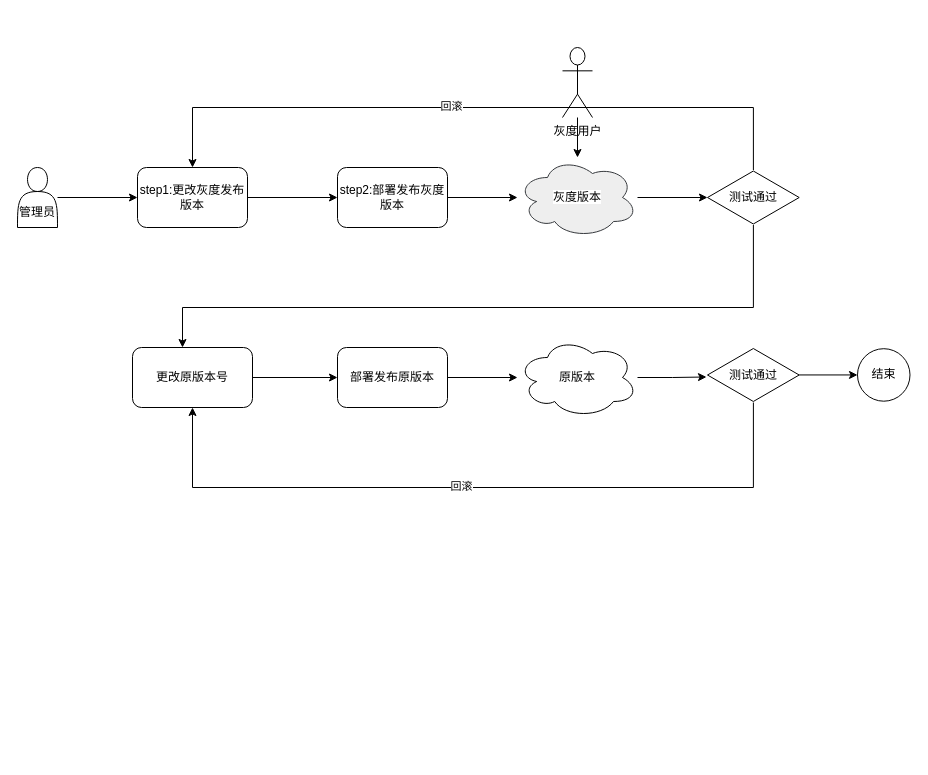
This is 灰度发布.drawio from HurryUpWb/pdf, a draw.io file, before an edit. Source tidied: cells renumbered, new cells numbered last; positions are measured from the earlier drawing's top-left corner, leaving out a move shared by most shapes. Both pictures are drawn from the tidied source at 100%, with x=0, y=0 at pixel (17, 47).
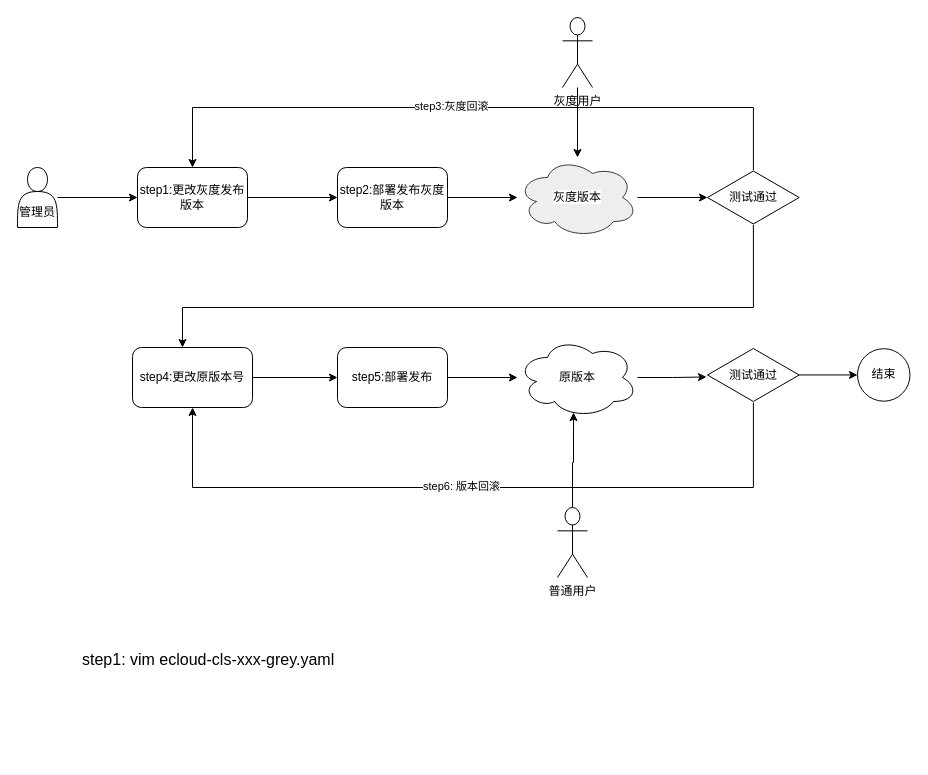
Above is the later version.

Commit message (it also covers changes not shown here):
更新灰度发布.drawio

Unchanged cells that the change refers to:
```xml
<mxCell id="12" style="edgeStyle=orthogonalEdgeStyle;rounded=0;jettySize=auto;html=1;entryX=0.5;entryY=0;entryDx=0;entryDy=0;" parent="1" edge="1" source="15" target="5">
  <mxGeometry relative="1" as="geometry">
    <Array as="points">
      <mxPoint x="736" y="60" />
      <mxPoint x="175" y="60" />
    </Array>
  </mxGeometry>
</mxCell>
<mxCell id="21" value="原版本" style="ellipse;shape=cloud;whiteSpace=wrap;html=1;" parent="1" vertex="1">
  <mxGeometry x="500" y="290" width="120" height="80" as="geometry" />
</mxCell>
<mxCell id="23" style="edgeStyle=orthogonalEdgeStyle;rounded=0;jettySize=auto;html=1;entryX=0.5;entryY=1;entryDx=0;entryDy=0;" parent="1" edge="1" source="25" target="17">
  <mxGeometry relative="1" as="geometry">
    <Array as="points">
      <mxPoint x="736" y="440" />
      <mxPoint x="175" y="440" />
    </Array>
  </mxGeometry>
</mxCell>
```

Change to the diagram source:
```diff
@@
     <mxCell id="11" value="灰度用户" style="shape=umlActor;verticalLabelPosition=bottom;verticalAlign=top;html=1;" parent="1" vertex="1">
-      <mxGeometry x="545" width="30" height="70" as="geometry" />
+      <mxGeometry x="545" y="-30" width="30" height="70" as="geometry" />
     </mxCell>
@@
-    <mxCell id="13" value="回滚" style="edgeLabel;html=1;align=center;verticalAlign=middle;" parent="12" vertex="1">
+    <mxCell id="13" value="step3:灰度回滚" style="edgeLabel;html=1;align=center;verticalAlign=middle;" parent="12" vertex="1">
       <mxGeometry x="-0.15" y="-2" relative="1" as="geometry">
         <mxPoint x="-75" as="offset" />
       </mxGeometry>
     </mxCell>
@@
-    <mxCell id="17" value="更改原版本号" style="rounded=1;whiteSpace=wrap;html=1;" parent="1" vertex="1">
+    <mxCell id="17" value="step4:更改原版本号" style="rounded=1;whiteSpace=wrap;html=1;" parent="1" vertex="1">
       <mxGeometry x="115" y="300" width="120" height="60" as="geometry" />
     </mxCell>
@@
-    <mxCell id="19" value="部署发布原版本" style="rounded=1;whiteSpace=wrap;html=1;" parent="1" vertex="1">
+    <mxCell id="19" value="step5:部署发布" style="rounded=1;whiteSpace=wrap;html=1;" parent="1" vertex="1">
       <mxGeometry x="320" y="300" width="110" height="60" as="geometry" />
     </mxCell>
@@
-    <mxCell id="24" value="回滚" style="edgeLabel;html=1;align=center;verticalAlign=middle;" parent="23" vertex="1">
+    <mxCell id="24" value="step6:&amp;nbsp;版本回滚" style="edgeLabel;html=1;align=center;verticalAlign=middle;" parent="23" vertex="1">
       <mxGeometry x="0.04" y="-2" relative="1" as="geometry" />
     </mxCell>
@@
+    <mxCell id="27" style="edgeStyle=orthogonalEdgeStyle;rounded=0;jettySize=auto;html=1;exitX=0.5;exitY=0;exitDx=0;exitDy=0;exitPerimeter=0;entryX=0.467;entryY=0.938;entryDx=0;entryDy=0;entryPerimeter=0;" parent="1" edge="1" source="28" target="21">
+      <mxGeometry relative="1" as="geometry" />
+    </mxCell>
+    <mxCell id="28" value="普通用户" style="shape=umlActor;verticalLabelPosition=bottom;verticalAlign=top;html=1;" parent="1" vertex="1">
+      <mxGeometry x="540" y="460" width="30" height="70" as="geometry" />
+    </mxCell>
+    <mxCell id="29" value="&lt;h1&gt;&lt;span style=&quot;font-weight: normal&quot;&gt;&lt;font style=&quot;font-size: 16px&quot;&gt;step1:&amp;nbsp;vim&amp;nbsp;ecloud-cls-xxx-grey.yaml&amp;nbsp;&lt;/font&gt;&lt;/span&gt;&lt;/h1&gt;" style="text;html=1;strokeColor=none;fillColor=none;spacing=5;spacingTop=-20;whiteSpace=wrap;overflow=hidden;rounded=0;" parent="1" vertex="1">
+      <mxGeometry x="60" y="590" width="650" height="120" as="geometry" />
+    </mxCell>
```
